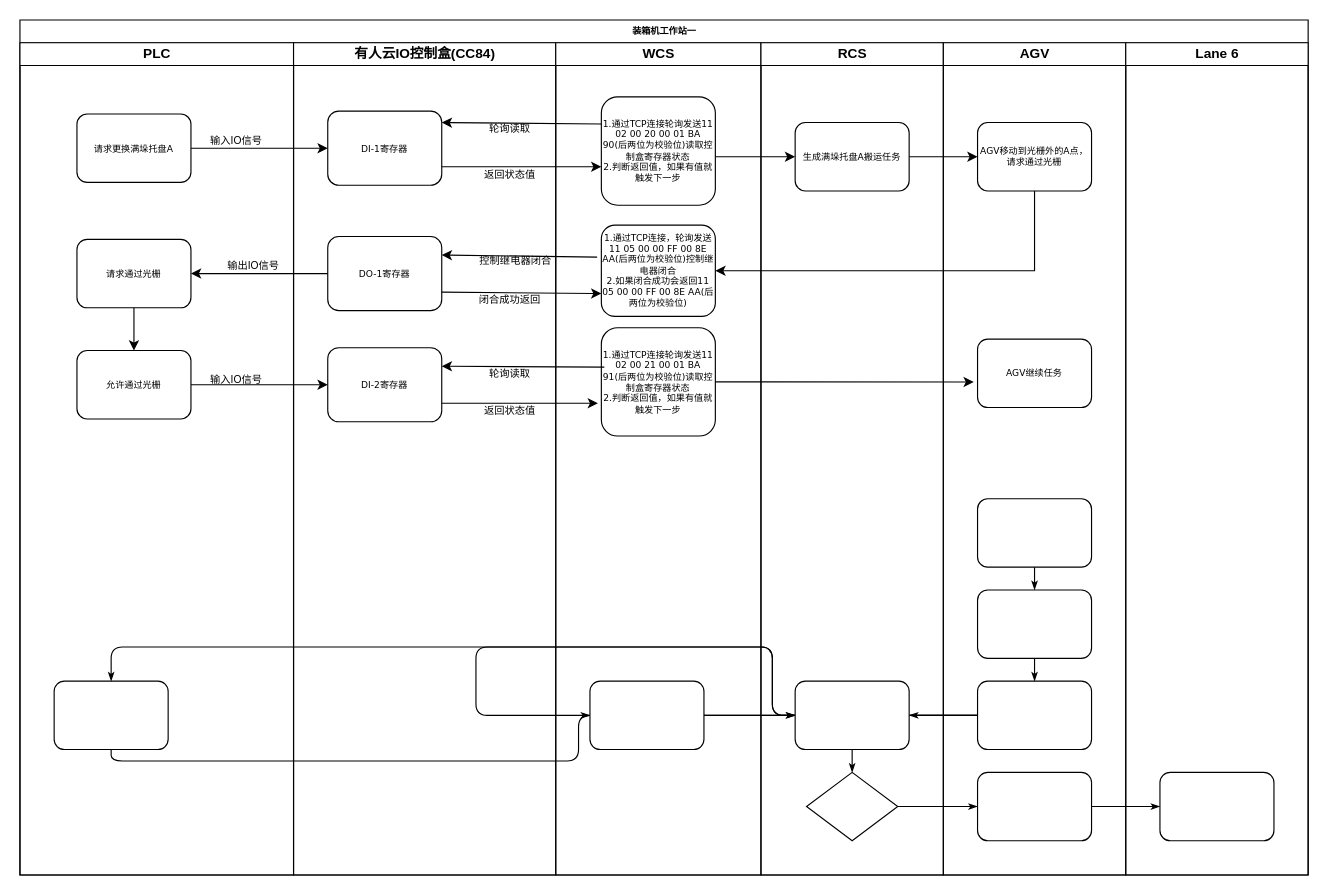
chenyanxi/hosts keeps this draw.io diagram as data/珠海联邦.drawio. Above is the earlier version. Source tidied: cells renumbered, new cells numbered last; positions are measured from the earlier drawing's top-left corner, leaving out a move shared by most shapes. Both pictures are drawn from the tidied source at 114%, with x=0, y=0 at pixel (19, 19).
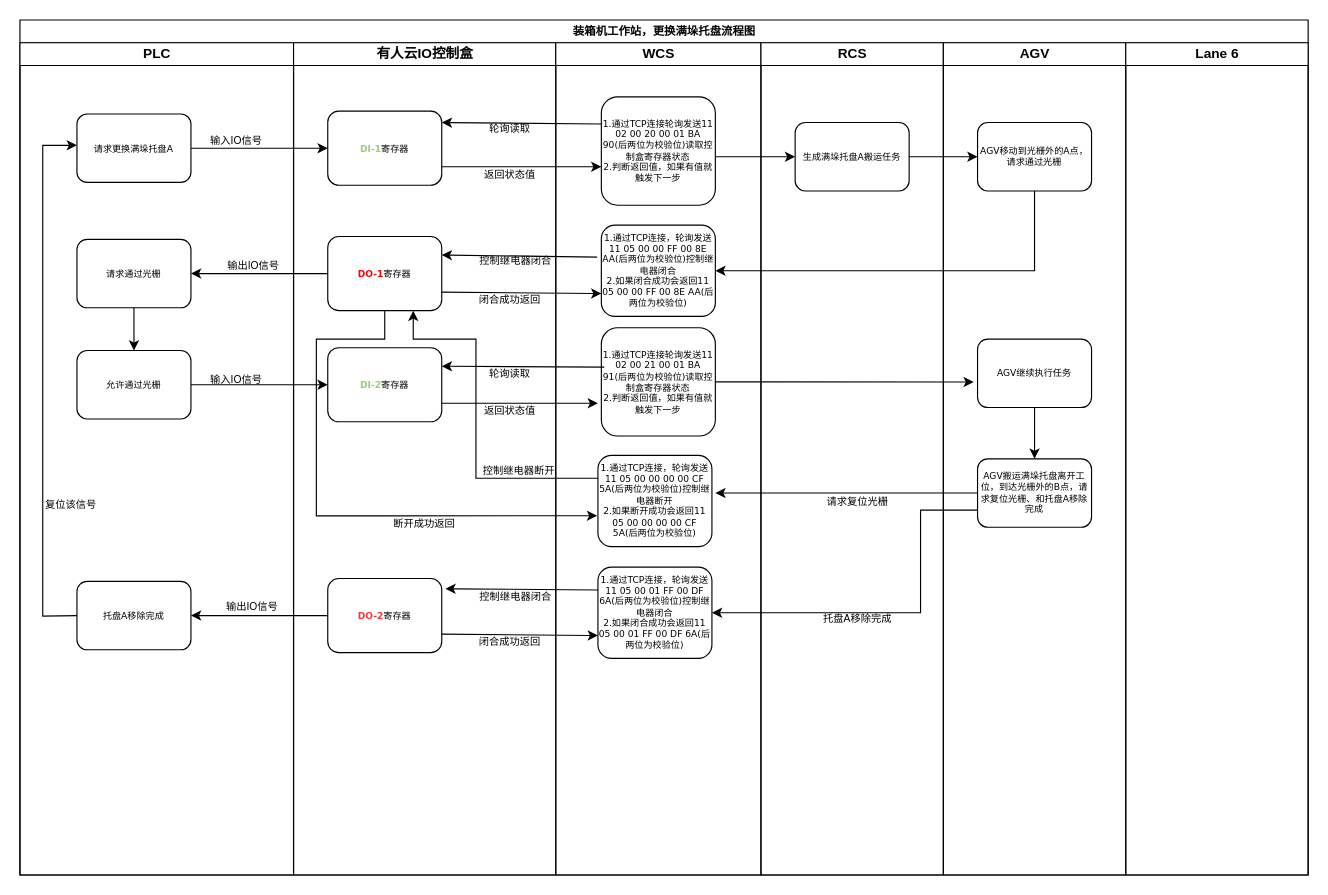
The same diagram, later.

Commit message (it also covers changes not shown here):
更新珠海联邦.drawio

Unchanged cells that the change refers to:
```xml
<mxCell id="3" value="PLC" style="swimlane;html=1;startSize=20;" parent="2" vertex="1">
  <mxGeometry y="20" width="240" height="730" as="geometry" />
</mxCell>
<mxCell id="29" value="WCS" style="swimlane;html=1;startSize=20;" parent="2" vertex="1">
  <mxGeometry x="470" y="20" width="180" height="730" as="geometry" />
</mxCell>
<mxCell id="35" value="RCS" style="swimlane;html=1;startSize=20;" parent="2" vertex="1">
  <mxGeometry x="650" y="20" width="160" height="730" as="geometry" />
</mxCell>
<mxCell id="41" value="AGV" style="swimlane;html=1;startSize=20;" parent="2" vertex="1">
  <mxGeometry x="810" y="20" width="160" height="730" as="geometry" />
</mxCell>
<mxCell id="50" value="Lane 6" style="swimlane;html=1;startSize=20;" parent="2" vertex="1">
  <mxGeometry x="970" y="20" width="160" height="730" as="geometry" />
</mxCell>
```

Change to the diagram source:
```diff
@@
-    <mxCell id="2" value="装箱机工作站一" style="swimlane;html=1;startSize=20;rounded=0;shadow=0;labelBackgroundColor=none;strokeWidth=1;fontFamily=Verdana;fontSize=8;align=center;" parent="1" vertex="1">
+    <mxCell id="2" value="&lt;font style=&quot;font-size: 10px;&quot;&gt;装箱机工作站，更换满垛托盘流程图&lt;/font&gt;" style="swimlane;html=1;startSize=20;rounded=0;shadow=0;labelBackgroundColor=none;strokeWidth=1;fontFamily=Verdana;fontSize=8;align=center;" parent="1" vertex="1">
       <mxGeometry width="1130" height="750" as="geometry" />
     </mxCell>
@@
-    <mxCell id="5" style="rounded=1;whiteSpace=wrap;html=1;shadow=0;labelBackgroundColor=none;strokeWidth=1;fontFamily=Verdana;fontSize=8;align=center;" parent="3" vertex="1">
-      <mxGeometry x="30" y="560" width="100" height="60" as="geometry" />
-    </mxCell>
@@
+    <mxCell id="63" value="托盘A移除完成" style="rounded=1;whiteSpace=wrap;html=1;shadow=0;labelBackgroundColor=none;strokeWidth=1;fontFamily=Verdana;fontSize=8;align=center;" parent="3" vertex="1">
+      <mxGeometry x="50" y="472.5" width="100" height="60" as="geometry" />
+    </mxCell>
+    <mxCell id="64" value="&lt;font style=&quot;font-size: 9px;&quot;&gt;输出IO信号&lt;/font&gt;" style="text;html=1;strokeColor=none;fillColor=none;align=center;verticalAlign=middle;whiteSpace=wrap;rounded=0;" parent="3" vertex="1">
+      <mxGeometry x="169" y="478.5" width="70" height="30" as="geometry" />
+    </mxCell>
+    <mxCell id="65" style="endArrow=classic;html=1;rounded=0;exitX=0;exitY=0.5;exitDx=0;exitDy=0;" parent="3" edge="1" source="63">
+      <mxGeometry relative="1" as="geometry">
+        <mxPoint x="50" y="90" as="targetPoint" />
+        <Array as="points">
+          <mxPoint x="20" y="503" />
+          <mxPoint x="20" y="90" />
+        </Array>
+      </mxGeometry>
+    </mxCell>
+    <mxCell id="66" value="&lt;font style=&quot;font-size: 9px;&quot;&gt;复位该信号&lt;/font&gt;" style="text;html=1;strokeColor=none;fillColor=none;align=center;verticalAlign=middle;whiteSpace=wrap;rounded=0;" parent="3" vertex="1">
+      <mxGeometry x="10" y="390" width="70" height="30" as="geometry" />
+    </mxCell>
-    <mxCell id="12" style="edgeStyle=orthogonalEdgeStyle;rounded=1;html=1;labelBackgroundColor=none;startArrow=none;startFill=0;startSize=5;endArrow=classicThin;endFill=1;endSize=5;jettySize=auto;strokeWidth=1;fontFamily=Verdana;fontSize=8;" parent="2" edge="1" source="37" target="45">
-      <mxGeometry relative="1" as="geometry" />
+    <mxCell id="12" style="edgeStyle=orthogonalEdgeStyle;rounded=1;html=1;labelBackgroundColor=none;startArrow=none;startFill=0;startSize=5;endArrow=classicThin;endFill=1;endSize=5;jettySize=auto;orthogonalLoop=1;strokeWidth=1;fontFamily=Verdana;fontSize=8;" parent="2" edge="1">
+      <mxGeometry relative="1" as="geometry">
+        <mxPoint x="840" y="690" as="targetPoint" />
+      </mxGeometry>
     </mxCell>
-    <mxCell id="13" style="edgeStyle=orthogonalEdgeStyle;rounded=1;html=1;labelBackgroundColor=none;startArrow=none;startFill=0;startSize=5;endArrow=classicThin;endFill=1;endSize=5;jettySize=auto;strokeWidth=1;fontFamily=Verdana;fontSize=8;" parent="2" edge="1" source="45" target="51">
-      <mxGeometry relative="1" as="geometry" />
+    <mxCell id="13" style="edgeStyle=orthogonalEdgeStyle;rounded=1;html=1;labelBackgroundColor=none;startArrow=none;startFill=0;startSize=5;endArrow=classicThin;endFill=1;endSize=5;jettySize=auto;orthogonalLoop=1;strokeWidth=1;fontFamily=Verdana;fontSize=8;" parent="2" edge="1">
+      <mxGeometry relative="1" as="geometry">
+        <mxPoint x="940" y="690" as="sourcePoint" />
+      </mxGeometry>
     </mxCell>
-    <mxCell id="14" style="edgeStyle=orthogonalEdgeStyle;rounded=1;html=1;labelBackgroundColor=none;startArrow=none;startFill=0;startSize=5;endArrow=classicThin;endFill=1;endSize=5;jettySize=auto;strokeWidth=1;fontFamily=Verdana;fontSize=8;" parent="2" edge="1" source="44" target="31">
+    <mxCell id="14" style="edgeStyle=orthogonalEdgeStyle;rounded=1;html=1;labelBackgroundColor=none;startArrow=none;startFill=0;startSize=5;endArrow=classicThin;endFill=1;endSize=5;jettySize=auto;orthogonalLoop=1;strokeWidth=1;fontFamily=Verdana;fontSize=8;" parent="2" edge="1">
       <mxGeometry relative="1" as="geometry">
+        <mxPoint x="500" y="610" as="targetPoint" />
         <Array as="points">
           <mxPoint x="660" y="610" />
           <mxPoint x="660" y="550" />
           <mxPoint x="400" y="550" />
         </Array>
       </mxGeometry>
     </mxCell>
-    <mxCell id="15" style="edgeStyle=orthogonalEdgeStyle;rounded=1;html=1;labelBackgroundColor=none;startArrow=none;startFill=0;startSize=5;endArrow=classicThin;endFill=1;endSize=5;jettySize=auto;strokeColor=#000000;strokeWidth=1;fontFamily=Verdana;fontSize=8;fontColor=#000000;" parent="2" edge="1" source="44" target="36">
-      <mxGeometry relative="1" as="geometry" />
+    <mxCell id="15" style="edgeStyle=orthogonalEdgeStyle;rounded=1;html=1;labelBackgroundColor=none;startArrow=none;startFill=0;startSize=5;endArrow=classicThin;endFill=1;endSize=5;jettySize=auto;orthogonalLoop=1;strokeColor=#000000;strokeWidth=1;fontFamily=Verdana;fontSize=8;fontColor=#000000;" parent="2" edge="1">
+      <mxGeometry relative="1" as="geometry">
+        <mxPoint x="780" y="610" as="targetPoint" />
+      </mxGeometry>
     </mxCell>
-    <mxCell id="16" style="edgeStyle=orthogonalEdgeStyle;rounded=1;html=1;labelBackgroundColor=none;startArrow=none;startFill=0;startSize=5;endArrow=classicThin;endFill=1;endSize=5;jettySize=auto;strokeWidth=1;fontFamily=Verdana;fontSize=8;" parent="2" edge="1" source="44" target="5">
+    <mxCell id="16" style="edgeStyle=orthogonalEdgeStyle;rounded=1;html=1;labelBackgroundColor=none;startArrow=none;startFill=0;startSize=5;endArrow=classicThin;endFill=1;endSize=5;jettySize=auto;orthogonalLoop=1;strokeWidth=1;fontFamily=Verdana;fontSize=8;" parent="2" edge="1">
       <mxGeometry relative="1" as="geometry">
+        <mxPoint x="80" y="580" as="targetPoint" />
         <Array as="points">
           <mxPoint x="660" y="610" />
           <mxPoint x="660" y="550" />
           <mxPoint x="80" y="550" />
         </Array>
       </mxGeometry>
     </mxCell>
-    <mxCell id="17" style="edgeStyle=orthogonalEdgeStyle;rounded=1;html=1;labelBackgroundColor=none;startArrow=none;startFill=0;startSize=5;endArrow=classicThin;endFill=1;endSize=5;jettySize=auto;strokeWidth=1;fontFamily=Verdana;fontSize=8;" parent="2" edge="1" source="5" target="36">
+    <mxCell id="17" style="edgeStyle=orthogonalEdgeStyle;rounded=1;html=1;labelBackgroundColor=none;startArrow=none;startFill=0;startSize=5;endArrow=classicThin;endFill=1;endSize=5;jettySize=auto;orthogonalLoop=1;strokeWidth=1;fontFamily=Verdana;fontSize=8;" parent="2" edge="1">
       <mxGeometry relative="1" as="geometry">
+        <mxPoint x="80" y="640" as="sourcePoint" />
         <Array as="points">
           <mxPoint x="80" y="650" />
           <mxPoint x="490" y="650" />
           <mxPoint x="490" y="610" />
         </Array>
       </mxGeometry>
     </mxCell>
-    <mxCell id="18" style="edgeStyle=orthogonalEdgeStyle;rounded=1;html=1;labelBackgroundColor=none;startArrow=none;startFill=0;startSize=5;endArrow=classicThin;endFill=1;endSize=5;jettySize=auto;strokeWidth=1;fontFamily=Verdana;fontSize=8;" parent="2" edge="1" source="31" target="36">
-      <mxGeometry relative="1" as="geometry" />
+    <mxCell id="18" style="edgeStyle=orthogonalEdgeStyle;rounded=1;html=1;labelBackgroundColor=none;startArrow=none;startFill=0;startSize=5;endArrow=classicThin;endFill=1;endSize=5;jettySize=auto;orthogonalLoop=1;strokeWidth=1;fontFamily=Verdana;fontSize=8;" parent="2" edge="1">
+      <mxGeometry relative="1" as="geometry">
+        <mxPoint x="600" y="610" as="sourcePoint" />
+      </mxGeometry>
     </mxCell>
-    <mxCell id="19" value="有人云IO控制盒(CC84)" style="swimlane;html=1;startSize=20;" parent="2" vertex="1">
+    <mxCell id="19" value="有人云IO控制盒" style="swimlane;html=1;startSize=20;" parent="2" vertex="1">
       <mxGeometry x="240" y="20" width="230" height="730" as="geometry" />
     </mxCell>
-    <mxCell id="20" value="DI-1寄存器" style="rounded=1;whiteSpace=wrap;html=1;shadow=0;labelBackgroundColor=none;strokeWidth=1;fontFamily=Verdana;fontSize=8;align=center;" parent="19" vertex="1">
+    <mxCell id="20" value="&lt;b&gt;&lt;font color=&quot;#97d077&quot;&gt;DI-1&lt;/font&gt;&lt;/b&gt;寄存器" style="rounded=1;whiteSpace=wrap;html=1;shadow=0;labelBackgroundColor=none;strokeWidth=1;fontFamily=Verdana;fontSize=8;align=center;" parent="19" vertex="1">
       <mxGeometry x="30" y="60" width="100" height="65" as="geometry" />
     </mxCell>
@@
-    <mxCell id="23" value="DO-1寄存器" style="rounded=1;whiteSpace=wrap;html=1;shadow=0;labelBackgroundColor=none;strokeWidth=1;fontFamily=Verdana;fontSize=8;align=center;" parent="19" vertex="1">
+    <mxCell id="23" value="&lt;b&gt;&lt;font color=&quot;#ff0000&quot;&gt;DO-1&lt;/font&gt;&lt;/b&gt;寄存器" style="rounded=1;whiteSpace=wrap;html=1;shadow=0;labelBackgroundColor=none;strokeWidth=1;fontFamily=Verdana;fontSize=8;align=center;" parent="19" vertex="1">
       <mxGeometry x="30" y="170" width="100" height="65" as="geometry" />
     </mxCell>
@@
-    <mxCell id="26" value="DI-2寄存器" style="rounded=1;whiteSpace=wrap;html=1;shadow=0;labelBackgroundColor=none;strokeWidth=1;fontFamily=Verdana;fontSize=8;align=center;" parent="19" vertex="1">
+    <mxCell id="26" value="&lt;b&gt;&lt;font color=&quot;#97d077&quot;&gt;DI-2&lt;/font&gt;&lt;/b&gt;寄存器" style="rounded=1;whiteSpace=wrap;html=1;shadow=0;labelBackgroundColor=none;strokeWidth=1;fontFamily=Verdana;fontSize=8;align=center;" parent="19" vertex="1">
       <mxGeometry x="30" y="267.5" width="100" height="65" as="geometry" />
     </mxCell>
@@
+    <mxCell id="67" value="&lt;font style=&quot;font-size: 9px;&quot;&gt;控制继电器断开&lt;/font&gt;" style="text;html=1;strokeColor=none;fillColor=none;align=center;verticalAlign=middle;whiteSpace=wrap;rounded=0;" parent="19" vertex="1">
+      <mxGeometry x="163" y="360" width="70" height="30" as="geometry" />
+    </mxCell>
+    <mxCell id="68" value="&lt;font style=&quot;font-size: 9px;&quot;&gt;断开成功返回&lt;/font&gt;" style="text;html=1;strokeColor=none;fillColor=none;align=center;verticalAlign=middle;whiteSpace=wrap;rounded=0;" parent="19" vertex="1">
+      <mxGeometry x="80" y="406" width="70" height="30" as="geometry" />
+    </mxCell>
+    <mxCell id="69" value="&lt;b&gt;&lt;font color=&quot;#ff3333&quot;&gt;DO-2&lt;/font&gt;&lt;/b&gt;寄存器" style="rounded=1;whiteSpace=wrap;html=1;shadow=0;labelBackgroundColor=none;strokeWidth=1;fontFamily=Verdana;fontSize=8;align=center;" parent="19" vertex="1">
+      <mxGeometry x="30" y="470" width="100" height="65" as="geometry" />
+    </mxCell>
+    <mxCell id="70" value="&lt;font style=&quot;font-size: 9px;&quot;&gt;控制继电器闭合&lt;/font&gt;" style="text;html=1;strokeColor=none;fillColor=none;align=center;verticalAlign=middle;whiteSpace=wrap;rounded=0;" parent="19" vertex="1">
+      <mxGeometry x="160" y="470" width="70" height="30" as="geometry" />
+    </mxCell>
+    <mxCell id="71" value="&lt;font style=&quot;font-size: 9px;&quot;&gt;闭合成功返回&lt;/font&gt;" style="text;html=1;strokeColor=none;fillColor=none;align=center;verticalAlign=middle;whiteSpace=wrap;rounded=0;" parent="19" vertex="1">
+      <mxGeometry x="155" y="510" width="70" height="30" as="geometry" />
+    </mxCell>
@@
-    <mxCell id="31" style="rounded=1;whiteSpace=wrap;html=1;shadow=0;labelBackgroundColor=none;strokeWidth=1;fontFamily=Verdana;fontSize=8;align=center;" parent="29" vertex="1">
-      <mxGeometry x="30" y="560" width="100" height="60" as="geometry" />
-    </mxCell>
@@
+    <mxCell id="72" value="1.通过TCP连接，轮询发送11 05 00 00 00 00 CF 5A(后两位为校验位)控制继电器断开&lt;br&gt;2.如果断开成功会返回11 05 00 00 00 00 CF 5A(后两位为校验位)" style="rounded=1;whiteSpace=wrap;html=1;shadow=0;labelBackgroundColor=none;strokeWidth=1;fontFamily=Verdana;fontSize=8;align=center;" parent="29" vertex="1">
+      <mxGeometry x="37" y="362" width="100" height="80" as="geometry" />
+    </mxCell>
+    <mxCell id="73" value="1.通过TCP连接，轮询发送11 05 00 01 FF 00 DF 6A(后两位为校验位)控制继电器闭合&lt;br&gt;2.如果闭合成功会返回11 05 00 01 FF 00 DF 6A(后两位为校验位)" style="rounded=1;whiteSpace=wrap;html=1;shadow=0;labelBackgroundColor=none;strokeWidth=1;fontFamily=Verdana;fontSize=8;align=center;" parent="29" vertex="1">
+      <mxGeometry x="37" y="460" width="100" height="80" as="geometry" />
+    </mxCell>
@@
-    <mxCell id="36" style="rounded=1;whiteSpace=wrap;html=1;shadow=0;labelBackgroundColor=none;strokeWidth=1;fontFamily=Verdana;fontSize=8;align=center;" parent="35" vertex="1">
-      <mxGeometry x="30" y="560" width="100" height="60" as="geometry" />
-    </mxCell>
-    <mxCell id="37" style="rhombus;whiteSpace=wrap;html=1;rounded=0;shadow=0;labelBackgroundColor=none;strokeWidth=1;fontFamily=Verdana;fontSize=8;align=center;" parent="35" vertex="1">
-      <mxGeometry x="40" y="640" width="80" height="60" as="geometry" />
-    </mxCell>
-    <mxCell id="38" style="edgeStyle=orthogonalEdgeStyle;rounded=1;html=1;labelBackgroundColor=none;startArrow=none;startFill=0;startSize=5;endArrow=classicThin;endFill=1;endSize=5;jettySize=auto;strokeWidth=1;fontFamily=Verdana;fontSize=8;" parent="35" edge="1" source="36" target="37">
-      <mxGeometry relative="1" as="geometry" />
+    <mxCell id="38" style="edgeStyle=orthogonalEdgeStyle;rounded=1;html=1;labelBackgroundColor=none;startArrow=none;startFill=0;startSize=5;endArrow=classicThin;endFill=1;endSize=5;jettySize=auto;orthogonalLoop=1;strokeWidth=1;fontFamily=Verdana;fontSize=8;" parent="35" edge="1">
+      <mxGeometry relative="1" as="geometry">
+        <mxPoint x="80" y="620" as="sourcePoint" />
+      </mxGeometry>
     </mxCell>
@@
+    <mxCell id="74" value="&lt;font style=&quot;font-size: 9px;&quot;&gt;请求复位光栅&lt;/font&gt;" style="text;html=1;strokeColor=none;fillColor=none;align=center;verticalAlign=middle;whiteSpace=wrap;rounded=0;" parent="35" vertex="1">
+      <mxGeometry x="50" y="387" width="70" height="30" as="geometry" />
+    </mxCell>
+    <mxCell id="75" value="&lt;font style=&quot;font-size: 9px;&quot;&gt;托盘A移除完成&lt;/font&gt;" style="text;html=1;strokeColor=none;fillColor=none;align=center;verticalAlign=middle;whiteSpace=wrap;rounded=0;" parent="35" vertex="1">
+      <mxGeometry x="50" y="490" width="70" height="30" as="geometry" />
+    </mxCell>
@@
-    <mxCell id="42" style="rounded=1;whiteSpace=wrap;html=1;shadow=0;labelBackgroundColor=none;strokeWidth=1;fontFamily=Verdana;fontSize=8;align=center;" parent="41" vertex="1">
-      <mxGeometry x="30" y="400" width="100" height="60" as="geometry" />
+    <mxCell id="42" value="AGV搬运满垛托盘离开工位，到达光栅外的B点，请求复位光栅、和托盘A移除完成" style="rounded=1;whiteSpace=wrap;html=1;shadow=0;labelBackgroundColor=none;strokeWidth=1;fontFamily=Verdana;fontSize=8;align=center;" parent="41" vertex="1">
+      <mxGeometry x="30" y="365" width="100" height="60" as="geometry" />
     </mxCell>
-    <mxCell id="43" style="rounded=1;whiteSpace=wrap;html=1;shadow=0;labelBackgroundColor=none;strokeWidth=1;fontFamily=Verdana;fontSize=8;align=center;" parent="41" vertex="1">
-      <mxGeometry x="30" y="480" width="100" height="60" as="geometry" />
-    </mxCell>
-    <mxCell id="44" style="rounded=1;whiteSpace=wrap;html=1;shadow=0;labelBackgroundColor=none;strokeWidth=1;fontFamily=Verdana;fontSize=8;align=center;" parent="41" vertex="1">
-      <mxGeometry x="30" y="560" width="100" height="60" as="geometry" />
-    </mxCell>
-    <mxCell id="45" style="rounded=1;whiteSpace=wrap;html=1;shadow=0;labelBackgroundColor=none;strokeWidth=1;fontFamily=Verdana;fontSize=8;align=center;" parent="41" vertex="1">
-      <mxGeometry x="30" y="640" width="100" height="60" as="geometry" />
-    </mxCell>
-    <mxCell id="46" style="edgeStyle=orthogonalEdgeStyle;rounded=1;html=1;labelBackgroundColor=none;startArrow=none;startFill=0;startSize=5;endArrow=classicThin;endFill=1;endSize=5;jettySize=auto;strokeWidth=1;fontFamily=Verdana;fontSize=8;" parent="41" edge="1" source="42" target="43">
-      <mxGeometry relative="1" as="geometry" />
-    </mxCell>
-    <mxCell id="47" style="edgeStyle=orthogonalEdgeStyle;rounded=1;html=1;labelBackgroundColor=none;startArrow=none;startFill=0;startSize=5;endArrow=classicThin;endFill=1;endSize=5;jettySize=auto;strokeWidth=1;fontFamily=Verdana;fontSize=8;" parent="41" edge="1" source="43" target="44">
-      <mxGeometry relative="1" as="geometry" />
-    </mxCell>
@@
-    <mxCell id="49" value="AGV继续任务" style="rounded=1;whiteSpace=wrap;html=1;shadow=0;labelBackgroundColor=none;strokeWidth=1;fontFamily=Verdana;fontSize=8;align=center;" parent="41" vertex="1">
+    <mxCell id="49" value="AGV继续执行任务" style="rounded=1;whiteSpace=wrap;html=1;shadow=0;labelBackgroundColor=none;strokeWidth=1;fontFamily=Verdana;fontSize=8;align=center;" parent="41" vertex="1">
       <mxGeometry x="30" y="260" width="100" height="60" as="geometry" />
     </mxCell>
+    <mxCell id="76" style="endArrow=classic;html=1;rounded=0;exitX=0.5;exitY=1;exitDx=0;exitDy=0;entryX=0.5;entryY=0;entryDx=0;entryDy=0;" parent="41" edge="1" source="49" target="42">
+      <mxGeometry relative="1" as="geometry" />
+    </mxCell>
@@
-    <mxCell id="51" style="rounded=1;whiteSpace=wrap;html=1;shadow=0;labelBackgroundColor=none;strokeWidth=1;fontFamily=Verdana;fontSize=8;align=center;" parent="50" vertex="1">
-      <mxGeometry x="30" y="640" width="100" height="60" as="geometry" />
-    </mxCell>
@@
+    <mxCell id="77" style="endArrow=classic;html=1;rounded=0;exitX=0;exitY=0.5;exitDx=0;exitDy=0;" parent="2" edge="1" source="42">
+      <mxGeometry relative="1" as="geometry">
+        <mxPoint x="610" y="415" as="targetPoint" />
+      </mxGeometry>
+    </mxCell>
+    <mxCell id="78" style="endArrow=classic;html=1;rounded=0;exitX=0;exitY=0.25;exitDx=0;exitDy=0;entryX=0.75;entryY=1;entryDx=0;entryDy=0;" parent="2" edge="1" source="72" target="23">
+      <mxGeometry relative="1" as="geometry">
+        <Array as="points">
+          <mxPoint x="400" y="402" />
+          <mxPoint x="400" y="280" />
+          <mxPoint x="345" y="280" />
+        </Array>
+      </mxGeometry>
+    </mxCell>
+    <mxCell id="79" style="endArrow=classic;html=1;rounded=0;exitX=0.5;exitY=1;exitDx=0;exitDy=0;entryX=-0.007;entryY=0.661;entryDx=0;entryDy=0;entryPerimeter=0;" parent="2" edge="1" source="23" target="72">
+      <mxGeometry relative="1" as="geometry">
+        <Array as="points">
+          <mxPoint x="320" y="280" />
+          <mxPoint x="260" y="280" />
+          <mxPoint x="260" y="435" />
+          <mxPoint x="320" y="435" />
+        </Array>
+      </mxGeometry>
+    </mxCell>
+    <mxCell id="80" style="endArrow=classic;html=1;rounded=0;exitX=0;exitY=0.75;exitDx=0;exitDy=0;entryX=1;entryY=0.5;entryDx=0;entryDy=0;" parent="2" edge="1" source="42" target="73">
+      <mxGeometry relative="1" as="geometry">
+        <Array as="points">
+          <mxPoint x="790" y="430" />
+          <mxPoint x="790" y="520" />
+        </Array>
+      </mxGeometry>
+    </mxCell>
+    <mxCell id="81" style="endArrow=classic;html=1;rounded=0;exitX=0;exitY=0.25;exitDx=0;exitDy=0;entryX=1.032;entryY=0.138;entryDx=0;entryDy=0;entryPerimeter=0;" parent="2" edge="1" source="73" target="69">
+      <mxGeometry relative="1" as="geometry" />
+    </mxCell>
+    <mxCell id="82" style="endArrow=classic;html=1;rounded=0;exitX=1;exitY=0.75;exitDx=0;exitDy=0;entryX=0;entryY=0.75;entryDx=0;entryDy=0;" parent="2" edge="1" source="69" target="73">
+      <mxGeometry relative="1" as="geometry" />
+    </mxCell>
+    <mxCell id="83" style="endArrow=classic;html=1;rounded=0;exitX=0;exitY=0.5;exitDx=0;exitDy=0;entryX=1;entryY=0.5;entryDx=0;entryDy=0;" parent="2" edge="1" source="69" target="63">
+      <mxGeometry relative="1" as="geometry" />
+    </mxCell>
```
